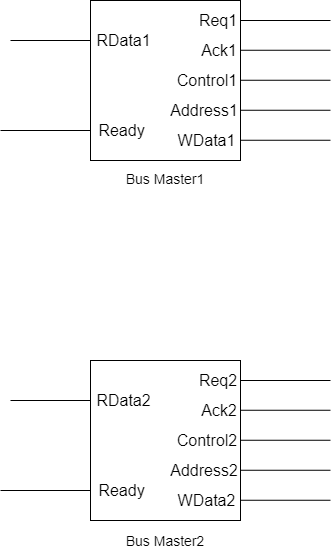
zgjsxx/static-img-repo keeps this draw.io diagram as blog/computer-base/Fundamentals-of-Computer-Architecture-and-Design/4/bus-structure-two-masters-three-slaves.png. Above is the earlier version. Source tidied: cells renumbered, new cells last; positions are measured from the earlier drawing's top-left corner, leaving out a move shared by most shapes. The source it was exported from:
```xml
<mxGraphModel>
  <root>
    <mxCell id="0" />
    <mxCell id="1" parent="0" />
    <mxCell id="2" style="rounded=0;whiteSpace=wrap;html=1;" parent="1" vertex="1">
      <mxGeometry x="90" width="150" height="160" as="geometry" />
    </mxCell>
    <mxCell id="3" value="&lt;font style=&quot;font-size: 16px;&quot;&gt;Req1&lt;/font&gt;" style="text;strokeColor=none;align=center;fillColor=none;html=1;verticalAlign=middle;whiteSpace=wrap;rounded=0;" parent="1" vertex="1">
      <mxGeometry x="203" y="10" width="30" height="20" as="geometry" />
    </mxCell>
    <mxCell id="4" style="endArrow=none;html=1;rounded=0;" parent="1" edge="1">
      <mxGeometry relative="1" as="geometry">
        <mxPoint x="240" y="20" as="sourcePoint" />
        <mxPoint x="330" y="20" as="targetPoint" />
      </mxGeometry>
    </mxCell>
    <mxCell id="5" value="&lt;font style=&quot;font-size: 16px;&quot;&gt;Ack1&lt;/font&gt;" style="text;strokeColor=none;align=center;fillColor=none;html=1;verticalAlign=middle;whiteSpace=wrap;rounded=0;" parent="1" vertex="1">
      <mxGeometry x="204" y="40" width="30" height="20" as="geometry" />
    </mxCell>
    <mxCell id="6" style="endArrow=none;html=1;rounded=0;" parent="1" edge="1">
      <mxGeometry relative="1" as="geometry">
        <mxPoint x="240" y="49.8" as="sourcePoint" />
        <mxPoint x="330" y="49.8" as="targetPoint" />
      </mxGeometry>
    </mxCell>
    <mxCell id="7" value="&lt;font style=&quot;font-size: 16px;&quot;&gt;Control1&lt;/font&gt;" style="text;strokeColor=none;align=center;fillColor=none;html=1;verticalAlign=middle;whiteSpace=wrap;rounded=0;" parent="1" vertex="1">
      <mxGeometry x="192" y="70" width="30" height="20" as="geometry" />
    </mxCell>
    <mxCell id="8" style="endArrow=none;html=1;rounded=0;" parent="1" edge="1">
      <mxGeometry relative="1" as="geometry">
        <mxPoint x="240" y="79.8" as="sourcePoint" />
        <mxPoint x="330" y="79.8" as="targetPoint" />
      </mxGeometry>
    </mxCell>
    <mxCell id="9" value="&lt;font style=&quot;font-size: 16px;&quot;&gt;Address1&lt;/font&gt;" style="text;strokeColor=none;align=center;fillColor=none;html=1;verticalAlign=middle;whiteSpace=wrap;rounded=0;" parent="1" vertex="1">
      <mxGeometry x="189" y="100" width="30" height="20" as="geometry" />
    </mxCell>
    <mxCell id="10" style="endArrow=none;html=1;rounded=0;" parent="1" edge="1">
      <mxGeometry relative="1" as="geometry">
        <mxPoint x="240" y="109.8" as="sourcePoint" />
        <mxPoint x="330" y="109.8" as="targetPoint" />
      </mxGeometry>
    </mxCell>
    <mxCell id="11" value="&lt;font style=&quot;font-size: 16px;&quot;&gt;WData1&lt;/font&gt;" style="text;strokeColor=none;align=center;fillColor=none;html=1;verticalAlign=middle;whiteSpace=wrap;rounded=0;" parent="1" vertex="1">
      <mxGeometry x="190.5" y="130" width="33" height="20" as="geometry" />
    </mxCell>
    <mxCell id="12" style="endArrow=none;html=1;rounded=0;" parent="1" edge="1">
      <mxGeometry relative="1" as="geometry">
        <mxPoint x="240" y="139.8" as="sourcePoint" />
        <mxPoint x="330" y="139.8" as="targetPoint" />
      </mxGeometry>
    </mxCell>
    <mxCell id="13" value="&lt;font style=&quot;font-size: 16px;&quot;&gt;RData1&lt;/font&gt;" style="text;strokeColor=none;align=center;fillColor=none;html=1;verticalAlign=middle;whiteSpace=wrap;rounded=0;" parent="1" vertex="1">
      <mxGeometry x="107" y="30" width="33" height="20" as="geometry" />
    </mxCell>
    <mxCell id="14" value="&lt;font style=&quot;font-size: 16px;&quot;&gt;Ready&lt;/font&gt;" style="text;strokeColor=none;align=center;fillColor=none;html=1;verticalAlign=middle;whiteSpace=wrap;rounded=0;" parent="1" vertex="1">
      <mxGeometry x="105" y="120" width="33" height="20" as="geometry" />
    </mxCell>
    <mxCell id="15" style="endArrow=none;html=1;rounded=0;" parent="1" edge="1">
      <mxGeometry relative="1" as="geometry">
        <mxPoint x="10" y="40" as="sourcePoint" />
        <mxPoint x="90" y="40" as="targetPoint" />
      </mxGeometry>
    </mxCell>
    <mxCell id="16" style="endArrow=none;html=1;rounded=0;" parent="1" edge="1">
      <mxGeometry relative="1" as="geometry">
        <mxPoint y="130" as="sourcePoint" />
        <mxPoint x="90" y="130" as="targetPoint" />
      </mxGeometry>
    </mxCell>
    <mxCell id="17" style="rounded=0;whiteSpace=wrap;html=1;" parent="1" vertex="1">
      <mxGeometry x="90" y="360" width="150" height="160" as="geometry" />
    </mxCell>
    <mxCell id="18" value="&lt;font style=&quot;font-size: 16px;&quot;&gt;Req2&lt;/font&gt;" style="text;strokeColor=none;align=center;fillColor=none;html=1;verticalAlign=middle;whiteSpace=wrap;rounded=0;" parent="1" vertex="1">
      <mxGeometry x="203" y="370" width="30" height="20" as="geometry" />
    </mxCell>
    <mxCell id="19" style="endArrow=none;html=1;rounded=0;" parent="1" edge="1">
      <mxGeometry relative="1" as="geometry">
        <mxPoint x="240" y="380" as="sourcePoint" />
        <mxPoint x="330" y="380" as="targetPoint" />
      </mxGeometry>
    </mxCell>
    <mxCell id="20" value="&lt;font style=&quot;font-size: 16px;&quot;&gt;Ack2&lt;/font&gt;" style="text;strokeColor=none;align=center;fillColor=none;html=1;verticalAlign=middle;whiteSpace=wrap;rounded=0;" parent="1" vertex="1">
      <mxGeometry x="204" y="400" width="30" height="20" as="geometry" />
    </mxCell>
    <mxCell id="21" style="endArrow=none;html=1;rounded=0;" parent="1" edge="1">
      <mxGeometry relative="1" as="geometry">
        <mxPoint x="240" y="409.8" as="sourcePoint" />
        <mxPoint x="330" y="409.8" as="targetPoint" />
      </mxGeometry>
    </mxCell>
    <mxCell id="22" value="&lt;font style=&quot;font-size: 16px;&quot;&gt;Control2&lt;/font&gt;" style="text;strokeColor=none;align=center;fillColor=none;html=1;verticalAlign=middle;whiteSpace=wrap;rounded=0;" parent="1" vertex="1">
      <mxGeometry x="192" y="430" width="30" height="20" as="geometry" />
    </mxCell>
    <mxCell id="23" style="endArrow=none;html=1;rounded=0;" parent="1" edge="1">
      <mxGeometry relative="1" as="geometry">
        <mxPoint x="240" y="439.8" as="sourcePoint" />
        <mxPoint x="330" y="439.8" as="targetPoint" />
      </mxGeometry>
    </mxCell>
    <mxCell id="24" value="&lt;font style=&quot;font-size: 16px;&quot;&gt;Address2&lt;/font&gt;" style="text;strokeColor=none;align=center;fillColor=none;html=1;verticalAlign=middle;whiteSpace=wrap;rounded=0;" parent="1" vertex="1">
      <mxGeometry x="189" y="460" width="30" height="20" as="geometry" />
    </mxCell>
    <mxCell id="25" style="endArrow=none;html=1;rounded=0;" parent="1" edge="1">
      <mxGeometry relative="1" as="geometry">
        <mxPoint x="240" y="469.8" as="sourcePoint" />
        <mxPoint x="330" y="469.8" as="targetPoint" />
      </mxGeometry>
    </mxCell>
    <mxCell id="26" value="&lt;font style=&quot;font-size: 16px;&quot;&gt;WData2&lt;/font&gt;" style="text;strokeColor=none;align=center;fillColor=none;html=1;verticalAlign=middle;whiteSpace=wrap;rounded=0;" parent="1" vertex="1">
      <mxGeometry x="190.5" y="490" width="33" height="20" as="geometry" />
    </mxCell>
    <mxCell id="27" style="endArrow=none;html=1;rounded=0;" parent="1" edge="1">
      <mxGeometry relative="1" as="geometry">
        <mxPoint x="240" y="499.8" as="sourcePoint" />
        <mxPoint x="330" y="499.8" as="targetPoint" />
      </mxGeometry>
    </mxCell>
    <mxCell id="28" value="&lt;font style=&quot;font-size: 16px;&quot;&gt;RData2&lt;/font&gt;" style="text;strokeColor=none;align=center;fillColor=none;html=1;verticalAlign=middle;whiteSpace=wrap;rounded=0;" parent="1" vertex="1">
      <mxGeometry x="107" y="390" width="33" height="20" as="geometry" />
    </mxCell>
    <mxCell id="29" value="&lt;font style=&quot;font-size: 16px;&quot;&gt;Ready&lt;/font&gt;" style="text;strokeColor=none;align=center;fillColor=none;html=1;verticalAlign=middle;whiteSpace=wrap;rounded=0;" parent="1" vertex="1">
      <mxGeometry x="105" y="480" width="33" height="20" as="geometry" />
    </mxCell>
    <mxCell id="30" style="endArrow=none;html=1;rounded=0;" parent="1" edge="1">
      <mxGeometry relative="1" as="geometry">
        <mxPoint x="10" y="400" as="sourcePoint" />
        <mxPoint x="90" y="400" as="targetPoint" />
      </mxGeometry>
    </mxCell>
    <mxCell id="31" style="endArrow=none;html=1;rounded=0;" parent="1" edge="1">
      <mxGeometry relative="1" as="geometry">
        <mxPoint y="490" as="sourcePoint" />
        <mxPoint x="90" y="490" as="targetPoint" />
      </mxGeometry>
    </mxCell>
    <mxCell id="32" value="&lt;font style=&quot;font-size: 14px;&quot;&gt;Bus Master1&lt;/font&gt;" style="text;strokeColor=none;align=center;fillColor=none;html=1;verticalAlign=middle;whiteSpace=wrap;rounded=0;" parent="1" vertex="1">
      <mxGeometry x="90" y="164" width="150" height="30" as="geometry" />
    </mxCell>
    <mxCell id="33" value="&lt;font style=&quot;font-size: 14px;&quot;&gt;Bus Master2&lt;/font&gt;" style="text;strokeColor=none;align=center;fillColor=none;html=1;verticalAlign=middle;whiteSpace=wrap;rounded=0;" parent="1" vertex="1">
      <mxGeometry x="90" y="526" width="150" height="30" as="geometry" />
    </mxCell>
  </root>
</mxGraphModel>
```
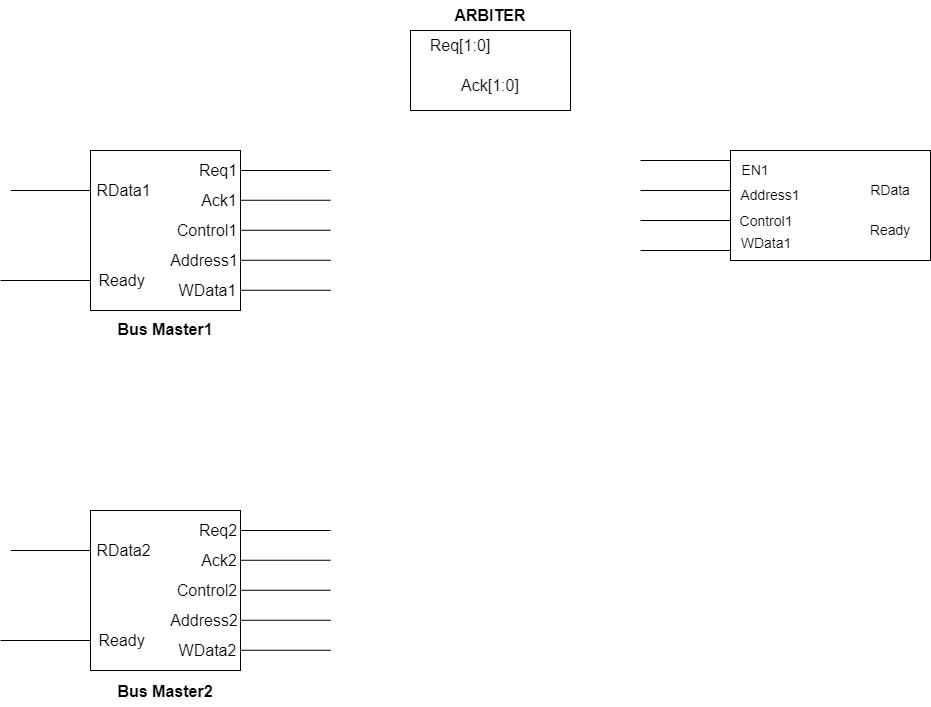
After the commit.

The edit, as a diff of the source:
```diff
@@ -134,11 +134,68 @@
         <mxPoint x="90" y="490" as="targetPoint" />
       </mxGeometry>
     </mxCell>
-    <mxCell id="32" value="&lt;font style=&quot;font-size: 14px;&quot;&gt;Bus Master1&lt;/font&gt;" style="text;strokeColor=none;align=center;fillColor=none;html=1;verticalAlign=middle;whiteSpace=wrap;rounded=0;" parent="1" vertex="1">
+    <mxCell id="32" value="&lt;font style=&quot;font-size: 16px;&quot;&gt;&lt;b&gt;Bus Master1&lt;/b&gt;&lt;/font&gt;" style="text;strokeColor=none;align=center;fillColor=none;html=1;verticalAlign=middle;whiteSpace=wrap;rounded=0;" parent="1" vertex="1">
       <mxGeometry x="90" y="164" width="150" height="30" as="geometry" />
     </mxCell>
-    <mxCell id="33" value="&lt;font style=&quot;font-size: 14px;&quot;&gt;Bus Master2&lt;/font&gt;" style="text;strokeColor=none;align=center;fillColor=none;html=1;verticalAlign=middle;whiteSpace=wrap;rounded=0;" parent="1" vertex="1">
+    <mxCell id="33" value="&lt;font style=&quot;font-size: 16px;&quot;&gt;&lt;b&gt;Bus Master2&lt;/b&gt;&lt;/font&gt;" style="text;strokeColor=none;align=center;fillColor=none;html=1;verticalAlign=middle;whiteSpace=wrap;rounded=0;" parent="1" vertex="1">
       <mxGeometry x="90" y="526" width="150" height="30" as="geometry" />
     </mxCell>
+    <mxCell id="34" style="rounded=0;whiteSpace=wrap;html=1;" parent="1" vertex="1">
+      <mxGeometry x="410" y="-120" width="160" height="80" as="geometry" />
+    </mxCell>
+    <mxCell id="35" value="&lt;font style=&quot;font-size: 16px;&quot;&gt;Req[1:0]&lt;/font&gt;" style="text;strokeColor=none;align=center;fillColor=none;html=1;verticalAlign=middle;whiteSpace=wrap;rounded=0;" parent="1" vertex="1">
+      <mxGeometry x="430" y="-120" width="60" height="30" as="geometry" />
+    </mxCell>
+    <mxCell id="36" value="&lt;font style=&quot;font-size: 16px;&quot;&gt;Ack[1:0]&lt;/font&gt;" style="text;strokeColor=none;align=center;fillColor=none;html=1;verticalAlign=middle;whiteSpace=wrap;rounded=0;" parent="1" vertex="1">
+      <mxGeometry x="460" y="-80" width="60" height="30" as="geometry" />
+    </mxCell>
+    <mxCell id="37" value="&lt;font style=&quot;font-size: 16px;&quot;&gt;&lt;b&gt;ARBITER&lt;/b&gt;&lt;/font&gt;" style="text;strokeColor=none;align=center;fillColor=none;html=1;verticalAlign=middle;whiteSpace=wrap;rounded=0;" parent="1" vertex="1">
+      <mxGeometry x="460" y="-150" width="60" height="30" as="geometry" />
+    </mxCell>
+    <mxCell id="38" style="rounded=0;whiteSpace=wrap;html=1;" parent="1" vertex="1">
+      <mxGeometry x="730" width="200" height="110" as="geometry" />
+    </mxCell>
+    <mxCell id="39" value="&lt;font style=&quot;font-size: 14px;&quot;&gt;EN1&lt;/font&gt;" style="text;strokeColor=none;align=center;fillColor=none;html=1;verticalAlign=middle;whiteSpace=wrap;rounded=0;" parent="1" vertex="1">
+      <mxGeometry x="740" y="10" width="30" height="20" as="geometry" />
+    </mxCell>
+    <mxCell id="40" value="&lt;font style=&quot;font-size: 14px;&quot;&gt;Address1&lt;/font&gt;" style="text;strokeColor=none;align=center;fillColor=none;html=1;verticalAlign=middle;whiteSpace=wrap;rounded=0;" parent="1" vertex="1">
+      <mxGeometry x="740" y="30" width="60" height="30" as="geometry" />
+    </mxCell>
+    <mxCell id="41" value="&lt;font style=&quot;font-size: 14px;&quot;&gt;Control1&lt;/font&gt;" style="text;strokeColor=none;align=center;fillColor=none;html=1;verticalAlign=middle;whiteSpace=wrap;rounded=0;" parent="1" vertex="1">
+      <mxGeometry x="736" y="56" width="60" height="30" as="geometry" />
+    </mxCell>
+    <mxCell id="42" value="&lt;font style=&quot;font-size: 14px;&quot;&gt;WData1&lt;/font&gt;" style="text;strokeColor=none;align=center;fillColor=none;html=1;verticalAlign=middle;whiteSpace=wrap;rounded=0;" parent="1" vertex="1">
+      <mxGeometry x="736" y="78" width="60" height="30" as="geometry" />
+    </mxCell>
+    <mxCell id="43" style="endArrow=none;html=1;rounded=0;" parent="1" edge="1">
+      <mxGeometry relative="1" as="geometry">
+        <mxPoint x="640" y="10" as="sourcePoint" />
+        <mxPoint x="730" y="10" as="targetPoint" />
+      </mxGeometry>
+    </mxCell>
+    <mxCell id="44" style="endArrow=none;html=1;rounded=0;" parent="1" edge="1">
+      <mxGeometry relative="1" as="geometry">
+        <mxPoint x="640" y="40" as="sourcePoint" />
+        <mxPoint x="730" y="40" as="targetPoint" />
+      </mxGeometry>
+    </mxCell>
+    <mxCell id="45" style="endArrow=none;html=1;rounded=0;" parent="1" edge="1">
+      <mxGeometry relative="1" as="geometry">
+        <mxPoint x="640" y="70" as="sourcePoint" />
+        <mxPoint x="730" y="70" as="targetPoint" />
+      </mxGeometry>
+    </mxCell>
+    <mxCell id="46" style="endArrow=none;html=1;rounded=0;" parent="1" edge="1">
+      <mxGeometry relative="1" as="geometry">
+        <mxPoint x="640" y="100" as="sourcePoint" />
+        <mxPoint x="730" y="100" as="targetPoint" />
+      </mxGeometry>
+    </mxCell>
+    <mxCell id="47" value="&lt;font style=&quot;font-size: 14px;&quot;&gt;RData&lt;/font&gt;" style="text;strokeColor=none;align=center;fillColor=none;html=1;verticalAlign=middle;whiteSpace=wrap;rounded=0;" parent="1" vertex="1">
+      <mxGeometry x="860" y="25" width="60" height="30" as="geometry" />
+    </mxCell>
+    <mxCell id="48" value="&lt;font style=&quot;font-size: 14px;&quot;&gt;Ready&lt;/font&gt;" style="text;strokeColor=none;align=center;fillColor=none;html=1;verticalAlign=middle;whiteSpace=wrap;rounded=0;" parent="1" vertex="1">
+      <mxGeometry x="860" y="65" width="60" height="30" as="geometry" />
+    </mxCell>
   </root>
 </mxGraphModel>
```
